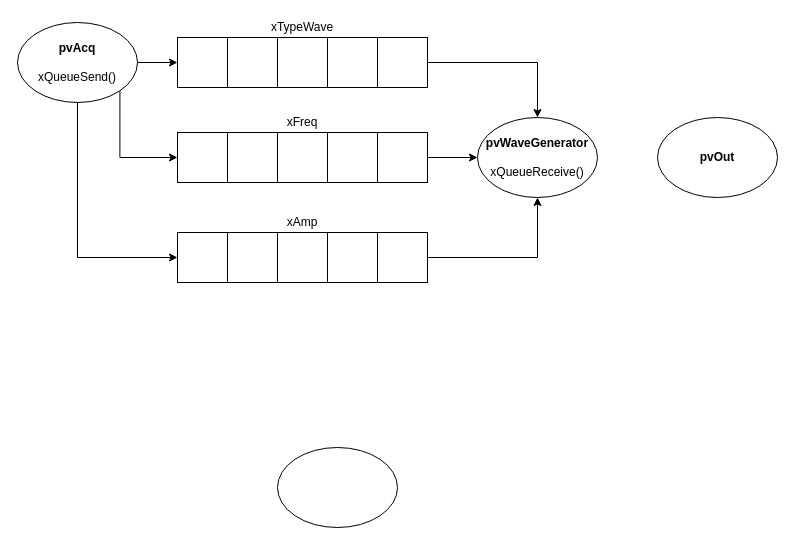
Before: Untitled Diagram.drawio in HacB45/Real-Time-Systems, a draw.io diagram. Source tidied: cells renumbered, new cells numbered last; positions are measured from the earlier drawing's top-left corner, leaving out a move shared by most shapes. Both pictures are drawn from the tidied source at 100%, with x=0, y=0 at pixel (17, 17).
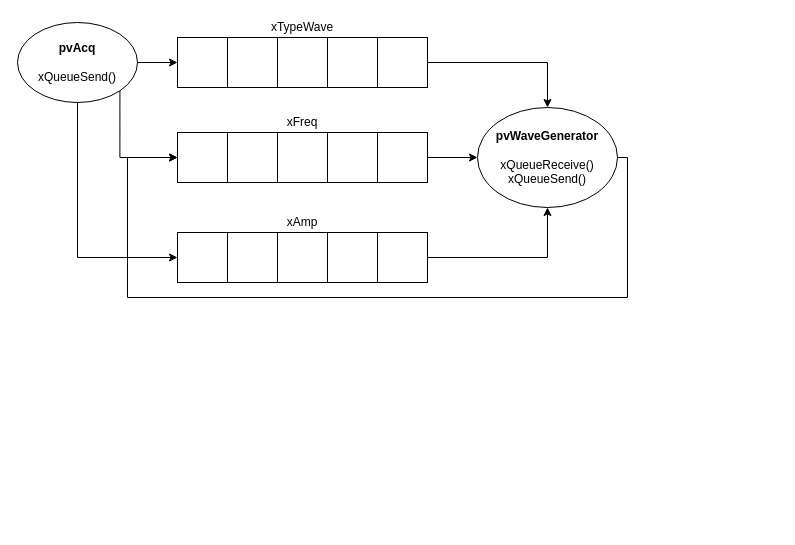
The same diagram, later.

The change refers to these unchanged cells:
```xml
<mxCell id="16" style="whiteSpace=wrap;html=1;" parent="1" vertex="1">
  <mxGeometry x="160" y="115" width="50" height="50" as="geometry" />
</mxCell>
```

What changed in the source:
```diff
@@
+    <mxCell id="30" style="edgeStyle=orthogonalEdgeStyle;rounded=0;jettySize=auto;html=1;exitX=1;exitY=0.5;exitDx=0;exitDy=0;entryX=0;entryY=0.5;entryDx=0;entryDy=0;" parent="1" edge="1" source="13" target="16">
+      <mxGeometry relative="1" as="geometry">
+        <Array as="points">
+          <mxPoint x="610" y="140" />
+          <mxPoint x="610" y="280" />
+          <mxPoint x="110" y="280" />
+          <mxPoint x="110" y="140" />
+        </Array>
+      </mxGeometry>
+    </mxCell>
@@
-    <mxCell id="6" value="&lt;b&gt;pvOut&lt;/b&gt;" style="ellipse;whiteSpace=wrap;html=1;" parent="1" vertex="1">
-      <mxGeometry x="640" y="100" width="120" height="80" as="geometry" />
-    </mxCell>
@@
-    <mxCell id="13" value="&lt;b&gt;pvWaveGenerator&lt;/b&gt;&lt;br&gt;&lt;br&gt;xQueueReceive()" style="ellipse;whiteSpace=wrap;html=1;" parent="1" vertex="1">
-      <mxGeometry x="460" y="100" width="120" height="80" as="geometry" />
-    </mxCell>
@@
+    <mxCell id="13" value="&lt;div&gt;&lt;b&gt;pvWaveGenerator&lt;/b&gt;&lt;/div&gt;&lt;br&gt;&lt;div&gt;xQueueReceive()&lt;/div&gt;&lt;div&gt;xQueueSend()&lt;/div&gt;" style="ellipse;whiteSpace=wrap;html=1;" parent="1" vertex="1">
+      <mxGeometry x="460" y="90" width="140" height="100" as="geometry" />
+    </mxCell>
@@
-    <mxCell id="20" style="ellipse;whiteSpace=wrap;html=1;" parent="1" vertex="1">
-      <mxGeometry x="260" y="430" width="120" height="80" as="geometry" />
-    </mxCell>
```
